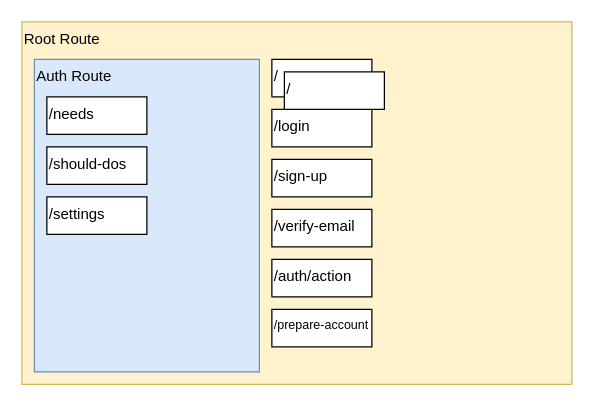
This is shouldist_app_routing.drawio from appsparkler/draw.io, a draw.io file, before an edit. Source tidied: cells renumbered, new cells numbered last; positions are measured from the earlier drawing's top-left corner, leaving out a move shared by most shapes. Both pictures are drawn from the tidied source at 125%, with x=0, y=0 at pixel (21, 21).
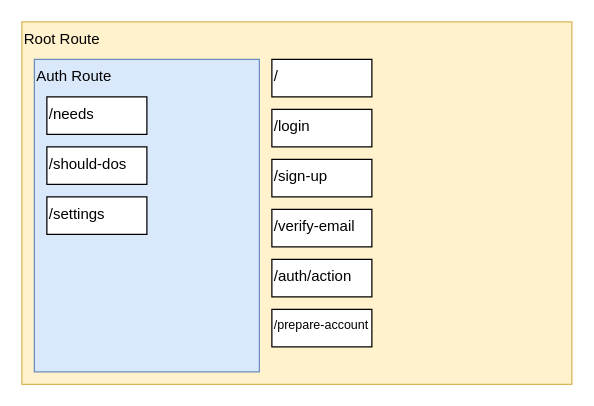
The same page after the edit.

Change to the diagram source:
```diff
@@
 <mxGraphModel>
   <root>
     <mxCell id="0" />
     <mxCell id="1" parent="0" />
     <mxCell id="2" value="Root Route" style="rounded=0;whiteSpace=wrap;html=1;verticalAlign=top;align=left;fillColor=#fff2cc;strokeColor=#d6b656;" parent="1" vertex="1">
       <mxGeometry width="440" height="290" as="geometry" />
     </mxCell>
     <mxCell id="3" value="Auth Route" style="rounded=0;whiteSpace=wrap;html=1;verticalAlign=top;align=left;fillColor=#dae8fc;strokeColor=#6c8ebf;" parent="1" vertex="1">
       <mxGeometry x="10" y="30" width="180" height="250" as="geometry" />
     </mxCell>
     <mxCell id="4" value="/needs" style="rounded=0;whiteSpace=wrap;html=1;verticalAlign=top;align=left;" parent="1" vertex="1">
       <mxGeometry x="20" y="60" width="80" height="30" as="geometry" />
     </mxCell>
     <mxCell id="5" value="/should-dos" style="rounded=0;whiteSpace=wrap;html=1;verticalAlign=top;align=left;" parent="1" vertex="1">
       <mxGeometry x="20" y="100" width="80" height="30" as="geometry" />
     </mxCell>
     <mxCell id="6" value="/settings" style="rounded=0;whiteSpace=wrap;html=1;verticalAlign=top;align=left;" parent="1" vertex="1">
       <mxGeometry x="20" y="140" width="80" height="30" as="geometry" />
     </mxCell>
     <mxCell id="7" value="/login" style="rounded=0;whiteSpace=wrap;html=1;verticalAlign=top;align=left;" parent="1" vertex="1">
       <mxGeometry x="200" y="70" width="80" height="30" as="geometry" />
     </mxCell>
     <mxCell id="8" value="/sign-up" style="rounded=0;whiteSpace=wrap;html=1;verticalAlign=top;align=left;" parent="1" vertex="1">
       <mxGeometry x="200" y="110" width="80" height="30" as="geometry" />
     </mxCell>
     <mxCell id="9" value="&lt;div&gt;/verify-email&lt;/div&gt;" style="rounded=0;whiteSpace=wrap;html=1;verticalAlign=top;align=left;" parent="1" vertex="1">
       <mxGeometry x="200" y="150" width="80" height="30" as="geometry" />
     </mxCell>
     <mxCell id="10" value="/" style="rounded=0;whiteSpace=wrap;html=1;verticalAlign=top;align=left;" parent="1" vertex="1">
       <mxGeometry x="200" y="30" width="80" height="30" as="geometry" />
     </mxCell>
     <mxCell id="11" value="&lt;div&gt;/auth/action&lt;/div&gt;" style="rounded=0;whiteSpace=wrap;html=1;verticalAlign=top;align=left;" parent="1" vertex="1">
       <mxGeometry x="200" y="190" width="80" height="30" as="geometry" />
     </mxCell>
     <mxCell id="12" value="&lt;div style=&quot;font-size: 10px;&quot;&gt;/prepare-account&lt;/div&gt;" style="rounded=0;whiteSpace=wrap;html=1;verticalAlign=top;align=left;fontSize=10;" parent="1" vertex="1">
       <mxGeometry x="200" y="230" width="80" height="30" as="geometry" />
     </mxCell>
-    <mxCell id="13" value="/" style="rounded=0;whiteSpace=wrap;html=1;verticalAlign=top;align=left;" parent="1" vertex="1">
-      <mxGeometry x="210" y="40" width="80" height="30" as="geometry" />
-    </mxCell>
   </root>
 </mxGraphModel>
```
